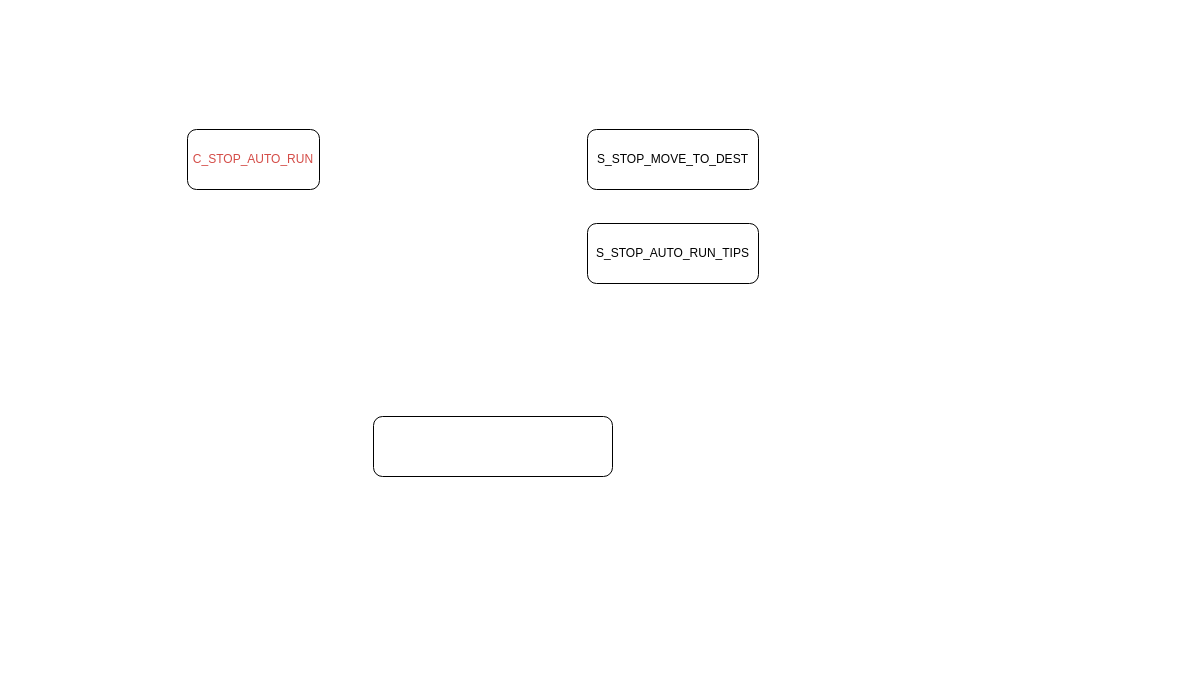
This is G123/g123s2.drawio from breezerzxq/Diagram, a draw.io file, before an edit. Source tidied: cells renumbered, new cells numbered last; positions are measured from the earlier drawing's top-left corner, leaving out a move shared by most shapes. Both pictures are drawn from the tidied source at 100%, with x=0, y=0 at pixel (187, 129).
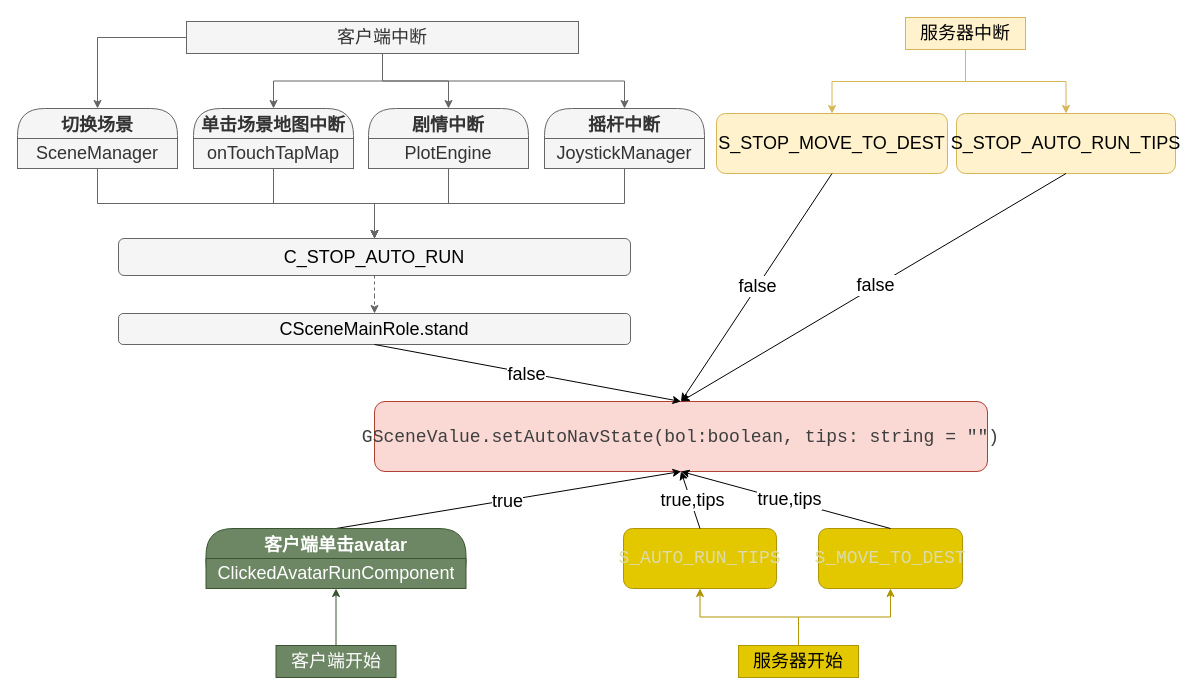
The same page after the edit.

Diff of the diagram source:
```diff
@@
+    <mxCell id="6" style="edgeStyle=orthogonalEdgeStyle;rounded=0;jettySize=auto;html=1;dashed=1;fillColor=#f5f5f5;strokeColor=#666666;fontSize=18;" parent="1" edge="1" source="2" target="16">
+      <mxGeometry relative="1" as="geometry" />
+    </mxCell>
-    <mxCell id="2" value="&lt;span class=&quot;notion-enable-hover&quot; style=&quot;color:rgba(212, 76, 71, 1);fill:rgba(212, 76, 71, 1);isolation:auto&quot;&gt;C_STOP_AUTO_RUN&lt;/span&gt;" style="rounded=1;whiteSpace=wrap;html=1;" parent="1" vertex="1">
-      <mxGeometry width="132" height="60" as="geometry" />
+    <mxCell id="2" value="C_STOP_AUTO_RUN" style="rounded=1;whiteSpace=wrap;html=1;fillColor=#f5f5f5;strokeColor=#666666;fontSize=18;" parent="1" vertex="1">
+      <mxGeometry x="-69" y="109" width="512" height="37" as="geometry" />
     </mxCell>
-    <mxCell id="3" value="S_STOP_MOVE_TO_DEST" style="rounded=1;whiteSpace=wrap;html=1;" parent="1" vertex="1">
-      <mxGeometry x="400" width="171" height="60" as="geometry" />
+    <mxCell id="3" value="S_STOP_MOVE_TO_DEST" style="rounded=1;whiteSpace=wrap;html=1;fillColor=#fff2cc;strokeColor=#d6b656;fontSize=18;" parent="1" vertex="1">
+      <mxGeometry x="529" y="-16" width="231" height="60" as="geometry" />
     </mxCell>
-    <mxCell id="4" value="S_STOP_AUTO_RUN_TIPS" style="rounded=1;whiteSpace=wrap;html=1;" parent="1" vertex="1">
-      <mxGeometry x="400" y="94" width="171" height="60" as="geometry" />
+    <mxCell id="4" value="S_STOP_AUTO_RUN_TIPS" style="rounded=1;whiteSpace=wrap;html=1;fillColor=#fff2cc;strokeColor=#d6b656;fontSize=18;" parent="1" vertex="1">
+      <mxGeometry x="769" y="-16" width="219" height="60" as="geometry" />
     </mxCell>
-    <mxCell id="5" value="&lt;div style=&quot;color: rgb(204, 204, 204); background-color: rgb(31, 31, 31); font-family: Consolas, &amp;quot;Courier New&amp;quot;, monospace; font-size: 14px; line-height: 19px; white-space: pre;&quot;&gt;&lt;br&gt;&lt;/div&gt;" style="rounded=1;whiteSpace=wrap;html=1;" parent="1" vertex="1">
-      <mxGeometry x="186" y="287" width="239" height="60" as="geometry" />
+    <mxCell id="5" value="&lt;div style=&quot;line-height: 19px; color: rgb(204, 204, 204);&quot;&gt;&lt;font face=&quot;Consolas, Courier New, monospace&quot; color=&quot;#3e3e3e&quot;&gt;&lt;span style=&quot;white-space: pre;&quot;&gt;GSceneValue.setAutoNavState(bol:boolean, tips: string = &quot;&quot;)&lt;/span&gt;&lt;/font&gt;&lt;/div&gt;" style="rounded=1;whiteSpace=wrap;html=1;fillColor=#fad9d5;strokeColor=#ae4132;fontSize=18;" parent="1" vertex="1">
+      <mxGeometry x="187" y="272" width="613" height="70" as="geometry" />
     </mxCell>
+    <mxCell id="7" style="endArrow=classic;html=1;rounded=0;exitX=0.5;exitY=1;exitDx=0;exitDy=0;entryX=0.5;entryY=0;entryDx=0;entryDy=0;fontSize=18;" parent="1" edge="1" source="4" target="5">
+      <mxGeometry relative="1" as="geometry" />
+    </mxCell>
+    <mxCell id="8" value="false" style="edgeLabel;html=1;align=center;verticalAlign=middle;fontSize=18;" parent="7" vertex="1">
+      <mxGeometry x="-0.01" y="-1" relative="1" as="geometry" />
+    </mxCell>
+    <mxCell id="9" style="endArrow=classic;html=1;rounded=0;exitX=0.5;exitY=1;exitDx=0;exitDy=0;entryX=0.5;entryY=0;entryDx=0;entryDy=0;fontSize=18;" parent="1" edge="1" source="3" target="5">
+      <mxGeometry relative="1" as="geometry" />
+    </mxCell>
+    <mxCell id="10" value="false" style="edgeLabel;html=1;align=center;verticalAlign=middle;fontSize=18;" parent="9" vertex="1">
+      <mxGeometry x="-0.01" y="-1" relative="1" as="geometry" />
+    </mxCell>
+    <mxCell id="11" value="摇杆中断" style="swimlane;fontStyle=1;align=center;verticalAlign=middle;horizontal=1;startSize=30;fontColor=#333333;rounded=1;arcSize=30;strokeColor=#666666;fillColor=#f5f5f5;swimlaneFillColor=#ffffc0;fontSize=18;" parent="1" vertex="1">
+      <mxGeometry x="357" y="-21" width="160" height="60" as="geometry" />
+    </mxCell>
+    <mxCell id="12" value="JoystickManager" style="text;html=1;strokeColor=#666666;fillColor=#f5f5f5;align=center;verticalAlign=middle;spacingLeft=4;spacingRight=4;whiteSpace=wrap;overflow=hidden;fontColor=#333333;fontSize=18;" parent="11" vertex="1">
+      <mxGeometry y="30" width="160" height="30" as="geometry" />
+    </mxCell>
+    <mxCell id="13" style="edgeStyle=orthogonalEdgeStyle;rounded=0;jettySize=auto;html=1;fillColor=#fff2cc;strokeColor=#d6b656;fontSize=18;" parent="1" edge="1" source="15" target="3">
+      <mxGeometry relative="1" as="geometry" />
+    </mxCell>
+    <mxCell id="14" style="edgeStyle=orthogonalEdgeStyle;rounded=0;jettySize=auto;html=1;fillColor=#fff2cc;strokeColor=#d6b656;fontSize=18;" parent="1" edge="1" source="15" target="4">
+      <mxGeometry relative="1" as="geometry" />
+    </mxCell>
+    <mxCell id="15" value="服务器中断" style="rounded=0;whiteSpace=wrap;html=1;fillColor=#fff2cc;strokeColor=#d6b656;fontSize=18;" parent="1" vertex="1">
+      <mxGeometry x="718" y="-112" width="120" height="32" as="geometry" />
+    </mxCell>
+    <mxCell id="16" value="CSceneMainRole.stand" style="rounded=1;whiteSpace=wrap;html=1;fillColor=#f5f5f5;strokeColor=#666666;fontSize=18;" parent="1" vertex="1">
+      <mxGeometry x="-69" y="184" width="512" height="31" as="geometry" />
+    </mxCell>
+    <mxCell id="17" style="edgeStyle=orthogonalEdgeStyle;rounded=0;jettySize=auto;html=1;fillColor=#f5f5f5;strokeColor=#666666;fontSize=18;" parent="1" edge="1" source="18" target="2">
+      <mxGeometry relative="1" as="geometry" />
+    </mxCell>
+    <mxCell id="18" value="剧情中断" style="swimlane;fontStyle=1;align=center;verticalAlign=middle;horizontal=1;startSize=30;rounded=1;arcSize=30;swimlaneFillColor=#ffffc0;fillColor=#f5f5f5;fontColor=#333333;strokeColor=#666666;fontSize=18;" parent="1" vertex="1">
+      <mxGeometry x="181" y="-21" width="160" height="60" as="geometry" />
+    </mxCell>
+    <mxCell id="19" value="PlotEngine" style="text;html=1;align=center;verticalAlign=middle;spacingLeft=4;spacingRight=4;whiteSpace=wrap;overflow=hidden;fillColor=#f5f5f5;fontColor=#333333;strokeColor=#666666;fontSize=18;" parent="18" vertex="1">
+      <mxGeometry y="30" width="160" height="30" as="geometry" />
+    </mxCell>
+    <mxCell id="20" value="单击场景地图中断" style="swimlane;fontStyle=1;align=center;verticalAlign=middle;horizontal=1;startSize=30;rounded=1;arcSize=30;swimlaneFillColor=#ffffc0;fillColor=#f5f5f5;fontColor=#333333;strokeColor=#666666;fontSize=18;" parent="1" vertex="1">
+      <mxGeometry x="6" y="-21" width="160" height="60" as="geometry" />
+    </mxCell>
+    <mxCell id="21" value="onTouchTapMap" style="text;html=1;align=center;verticalAlign=middle;spacingLeft=4;spacingRight=4;whiteSpace=wrap;overflow=hidden;fillColor=#f5f5f5;fontColor=#333333;strokeColor=#666666;fontSize=18;" parent="20" vertex="1">
+      <mxGeometry y="30" width="160" height="30" as="geometry" />
+    </mxCell>
+    <mxCell id="22" value="切换场景" style="swimlane;fontStyle=1;align=center;verticalAlign=middle;horizontal=1;startSize=30;rounded=1;arcSize=30;swimlaneFillColor=#ffffc0;fillColor=#f5f5f5;fontColor=#333333;strokeColor=#666666;fontSize=18;" parent="1" vertex="1">
+      <mxGeometry x="-170" y="-21" width="160" height="60" as="geometry" />
+    </mxCell>
+    <mxCell id="23" value="SceneManager" style="text;html=1;align=center;verticalAlign=middle;spacingLeft=4;spacingRight=4;whiteSpace=wrap;overflow=hidden;fillColor=#f5f5f5;fontColor=#333333;strokeColor=#666666;fontSize=18;" parent="22" vertex="1">
+      <mxGeometry y="30" width="160" height="30" as="geometry" />
+    </mxCell>
+    <mxCell id="24" style="endArrow=classic;html=1;rounded=0;entryX=0.5;entryY=1;entryDx=0;entryDy=0;exitX=0.5;exitY=0;exitDx=0;exitDy=0;fontSize=18;" parent="1" edge="1" source="47" target="5">
+      <mxGeometry relative="1" as="geometry" />
+    </mxCell>
+    <mxCell id="25" value="true" style="edgeLabel;html=1;align=center;verticalAlign=middle;fontSize=18;" parent="24" vertex="1">
+      <mxGeometry x="-0.01" y="-1" relative="1" as="geometry" />
+    </mxCell>
+    <mxCell id="26" value="&lt;div style=&quot;font-family: Consolas, &amp;quot;Courier New&amp;quot;, monospace; line-height: 19px; white-space: pre;&quot;&gt;&lt;span&gt;&lt;font style=&quot;color: light-dark(rgb(220, 220, 170), rgb(204, 229, 255));&quot;&gt;S_AUTO_RUN_TIPS&lt;/font&gt;&lt;/span&gt;&lt;/div&gt;" style="rounded=1;whiteSpace=wrap;html=1;fillColor=#e3c800;fontColor=#000000;strokeColor=#B09500;fontSize=18;" parent="1" vertex="1">
+      <mxGeometry x="436" y="399" width="153" height="60" as="geometry" />
+    </mxCell>
+    <mxCell id="27" style="endArrow=classic;html=1;rounded=0;entryX=0.5;entryY=1;entryDx=0;entryDy=0;exitX=0.5;exitY=0;exitDx=0;exitDy=0;fontSize=18;" parent="1" edge="1" source="26" target="5">
+      <mxGeometry relative="1" as="geometry" />
+    </mxCell>
+    <mxCell id="28" value="true,tips" style="edgeLabel;html=1;align=center;verticalAlign=middle;fontSize=18;" parent="27" vertex="1">
+      <mxGeometry x="-0.01" y="-1" relative="1" as="geometry">
+        <mxPoint x="1" as="offset" />
+      </mxGeometry>
+    </mxCell>
+    <mxCell id="29" value="&lt;div style=&quot;font-family: Consolas, &amp;quot;Courier New&amp;quot;, monospace; line-height: 19px; white-space: pre;&quot;&gt;&lt;span&gt;&lt;font style=&quot;color: light-dark(rgb(220, 220, 170), rgb(204, 229, 255));&quot;&gt;S_MOVE_TO_DEST&lt;/font&gt;&lt;/span&gt;&lt;/div&gt;" style="rounded=1;whiteSpace=wrap;html=1;fillColor=#e3c800;fontColor=#000000;strokeColor=#B09500;fontSize=18;" parent="1" vertex="1">
+      <mxGeometry x="631" y="399" width="144" height="60" as="geometry" />
+    </mxCell>
+    <mxCell id="30" style="endArrow=classic;html=1;rounded=0;entryX=0.5;entryY=1;entryDx=0;entryDy=0;exitX=0.5;exitY=0;exitDx=0;exitDy=0;fontSize=18;" parent="1" edge="1" source="29" target="5">
+      <mxGeometry relative="1" as="geometry" />
+    </mxCell>
+    <mxCell id="31" value="true,tips" style="edgeLabel;html=1;align=center;verticalAlign=middle;fontSize=18;" parent="30" vertex="1">
+      <mxGeometry x="-0.01" y="-1" relative="1" as="geometry">
+        <mxPoint x="1" as="offset" />
+      </mxGeometry>
+    </mxCell>
+    <mxCell id="32" style="edgeStyle=orthogonalEdgeStyle;rounded=0;jettySize=auto;html=1;fillColor=#e3c800;strokeColor=#B09500;fontSize=18;" parent="1" edge="1" source="34" target="29">
+      <mxGeometry relative="1" as="geometry" />
+    </mxCell>
+    <mxCell id="33" style="edgeStyle=orthogonalEdgeStyle;rounded=0;jettySize=auto;html=1;fillColor=#e3c800;strokeColor=#B09500;fontSize=18;" parent="1" edge="1" source="34" target="26">
+      <mxGeometry relative="1" as="geometry" />
+    </mxCell>
+    <mxCell id="34" value="服务器开始" style="rounded=0;whiteSpace=wrap;html=1;fillColor=#e3c800;fontColor=#000000;strokeColor=#B09500;fontSize=18;" parent="1" vertex="1">
+      <mxGeometry x="551" y="516" width="120" height="32" as="geometry" />
+    </mxCell>
+    <mxCell id="35" style="edgeStyle=orthogonalEdgeStyle;rounded=0;jettySize=auto;html=1;fillColor=#6d8764;strokeColor=#3A5431;fontSize=18;" parent="1" edge="1" source="36" target="48">
+      <mxGeometry relative="1" as="geometry" />
+    </mxCell>
+    <mxCell id="36" value="客户端开始" style="rounded=0;whiteSpace=wrap;html=1;fillColor=#6d8764;strokeColor=#3A5431;fontColor=#ffffff;fontSize=18;" parent="1" vertex="1">
+      <mxGeometry x="88.5" y="516" width="120" height="32" as="geometry" />
+    </mxCell>
+    <mxCell id="37" style="endArrow=classic;html=1;rounded=0;exitX=0.5;exitY=1;exitDx=0;exitDy=0;entryX=0.5;entryY=0;entryDx=0;entryDy=0;fontSize=18;" parent="1" edge="1" source="16" target="5">
+      <mxGeometry relative="1" as="geometry" />
+    </mxCell>
+    <mxCell id="38" value="false" style="edgeLabel;html=1;align=center;verticalAlign=middle;fontSize=18;" parent="37" vertex="1">
+      <mxGeometry x="-0.01" y="-1" relative="1" as="geometry" />
+    </mxCell>
+    <mxCell id="39" style="edgeStyle=orthogonalEdgeStyle;rounded=0;jettySize=auto;html=1;fillColor=#f5f5f5;strokeColor=#666666;fontSize=18;" parent="1" edge="1" source="43" target="22">
+      <mxGeometry relative="1" as="geometry" />
+    </mxCell>
+    <mxCell id="40" style="edgeStyle=orthogonalEdgeStyle;rounded=0;jettySize=auto;html=1;fillColor=#f5f5f5;strokeColor=#666666;fontSize=18;" parent="1" edge="1" source="43" target="20">
+      <mxGeometry relative="1" as="geometry" />
+    </mxCell>
+    <mxCell id="41" style="edgeStyle=orthogonalEdgeStyle;rounded=0;jettySize=auto;html=1;fillColor=#f5f5f5;strokeColor=#666666;fontSize=18;" parent="1" edge="1" source="43" target="18">
+      <mxGeometry relative="1" as="geometry" />
+    </mxCell>
+    <mxCell id="42" style="edgeStyle=orthogonalEdgeStyle;rounded=0;jettySize=auto;html=1;entryX=0.5;entryY=0;entryDx=0;entryDy=0;fillColor=#f5f5f5;strokeColor=#666666;fontSize=18;" parent="1" edge="1" source="43" target="11">
+      <mxGeometry relative="1" as="geometry" />
+    </mxCell>
+    <mxCell id="43" value="客户端中断" style="rounded=0;whiteSpace=wrap;html=1;fillColor=#f5f5f5;fontColor=#333333;strokeColor=#666666;fontSize=18;" parent="1" vertex="1">
+      <mxGeometry x="-1" y="-108" width="392" height="32" as="geometry" />
+    </mxCell>
+    <mxCell id="44" style="edgeStyle=orthogonalEdgeStyle;rounded=0;jettySize=auto;html=1;fillColor=#f5f5f5;strokeColor=#666666;fontSize=18;" parent="1" edge="1" source="23" target="2">
+      <mxGeometry relative="1" as="geometry" />
+    </mxCell>
+    <mxCell id="45" style="edgeStyle=orthogonalEdgeStyle;rounded=0;jettySize=auto;html=1;fillColor=#f5f5f5;strokeColor=#666666;fontSize=18;" parent="1" edge="1" source="21" target="2">
+      <mxGeometry relative="1" as="geometry" />
+    </mxCell>
+    <mxCell id="46" style="edgeStyle=orthogonalEdgeStyle;rounded=0;jettySize=auto;html=1;fillColor=#f5f5f5;strokeColor=#666666;fontSize=18;" parent="1" edge="1" source="12" target="2">
+      <mxGeometry relative="1" as="geometry" />
+    </mxCell>
+    <mxCell id="47" value="客户端单击avatar" style="swimlane;fontStyle=1;align=center;verticalAlign=middle;horizontal=1;startSize=30;rounded=1;arcSize=30;strokeColor=#3A5431;fillColor=#6d8764;swimlaneFillColor=#ffffc0;fontColor=#ffffff;fontSize=18;" parent="1" vertex="1">
+      <mxGeometry x="18.5" y="399" width="260" height="60" as="geometry" />
+    </mxCell>
+    <mxCell id="48" value="ClickedAvatarRunComponent" style="text;html=1;strokeColor=#3A5431;fillColor=#6d8764;align=center;verticalAlign=middle;spacingLeft=4;spacingRight=4;whiteSpace=wrap;overflow=hidden;fontColor=#ffffff;fontSize=18;" parent="47" vertex="1">
+      <mxGeometry y="30" width="260" height="30" as="geometry" />
+    </mxCell>
```
